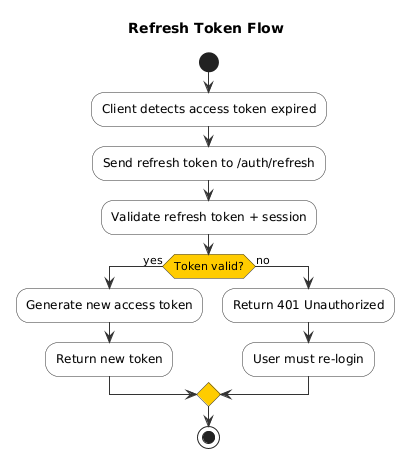
namnh240795/document keeps this PlantUML diagram as modules/dist/auth/images/activity/refresh-token-activity.png. Above is the earlier version. Its diagram source:
```plantuml
@startuml

skinparam activity {
  BackgroundColor #F8F8F8
  BorderColor #333333
  ArrowColor #333333
  DiamondBackgroundColor #FFCC00
  DiamondBorderColor #333333
}

title Refresh Token Flow

start

:Client detects access token expired;

:Send refresh token to /auth/refresh;

:Validate refresh token + session;

if (Token valid?) then (yes)
  :Generate new access token;
  :Return new token;
else (no)
  :Return 401 Unauthorized;
  :User must re-login;
endif

stop

@enduml
```
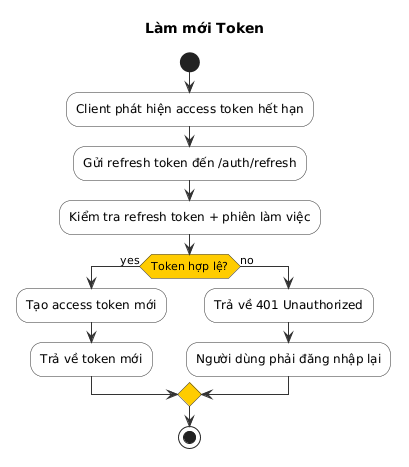
The same diagram one commit later.

Diff of the diagram source:
```diff
@@ -8,22 +8,22 @@
   DiamondBorderColor #333333
 }
 
-title Refresh Token Flow
+title Làm mới Token
 
 start
 
-:Client detects access token expired;
+:Client phát hiện access token hết hạn;
 
-:Send refresh token to /auth/refresh;
+:Gửi refresh token đến /auth/refresh;
 
-:Validate refresh token + session;
+:Kiểm tra refresh token + phiên làm việc;
 
-if (Token valid?) then (yes)
-  :Generate new access token;
-  :Return new token;
+if (Token hợp lệ?) then (yes)
+  :Tạo access token mới;
+  :Trả về token mới;
 else (no)
-  :Return 401 Unauthorized;
-  :User must re-login;
+  :Trả về 401 Unauthorized;
+  :Người dùng phải đăng nhập lại;
 endif
 
 stop
```
